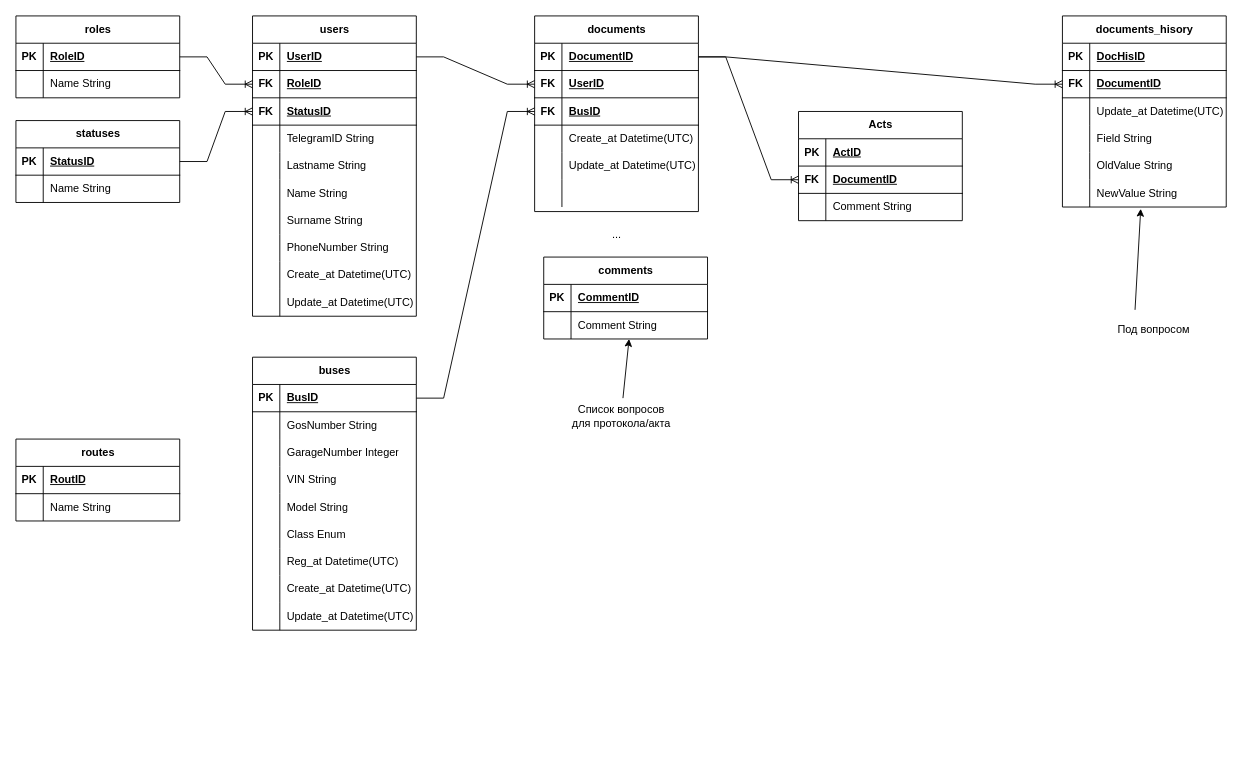
Above: Диаграмма без названия.drawio in EvgeniiGud/draw (draw.io), before the change. Source tidied: cells renumbered, new cells numbered last; positions are measured from the earlier drawing's top-left corner, leaving out a move shared by most shapes. Both pictures are drawn from the tidied source at 91%, with x=0, y=0 at pixel (15, 15).
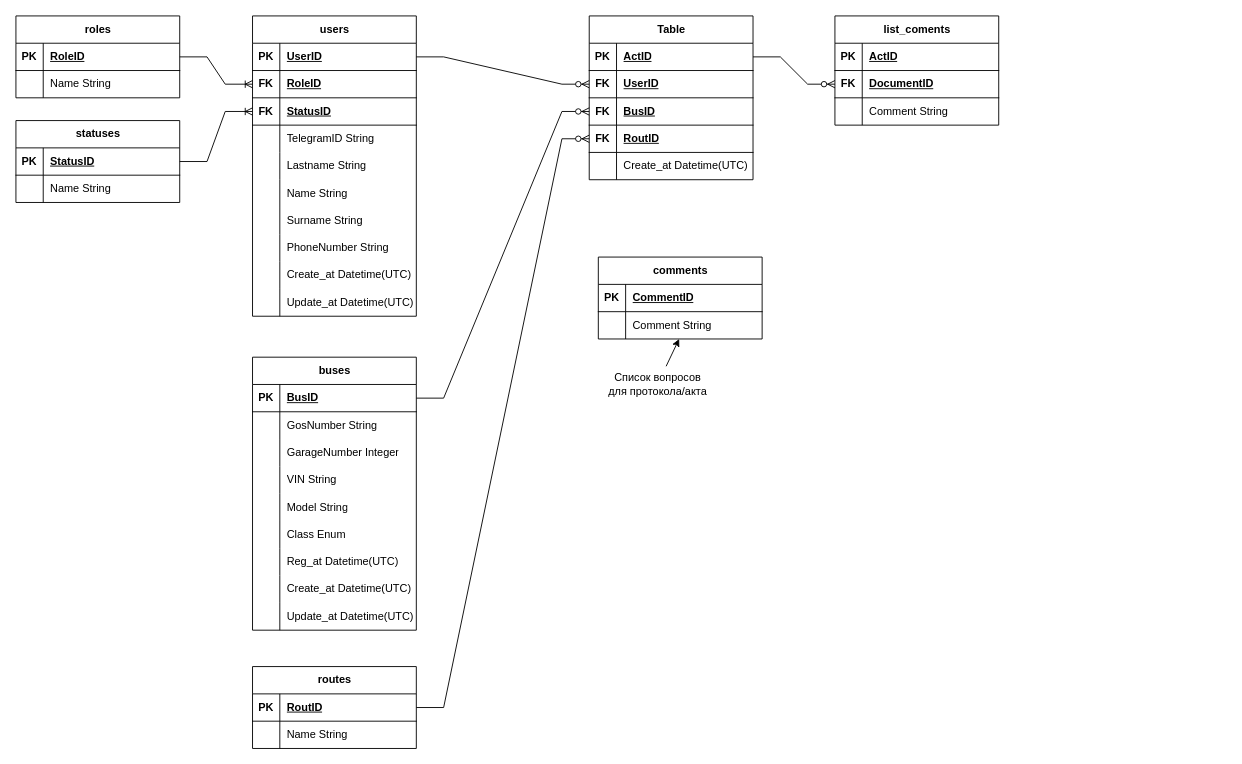
The same diagram, later.

Unchanged cells that the change refers to:
```xml
<mxCell id="3" style="shape=tableRow;horizontal=0;startSize=0;swimlaneHead=0;swimlaneBody=0;fillColor=none;points=[[0,0.5],[1,0.5]];portConstraint=eastwest;top=0;left=0;right=0;bottom=1;" parent="2" vertex="1">
  <mxGeometry y="30" width="180" height="30" as="geometry" />
</mxCell>
<mxCell id="34" style="shape=tableRow;horizontal=0;startSize=0;swimlaneHead=0;swimlaneBody=0;fillColor=none;points=[[0,0.5],[1,0.5]];portConstraint=eastwest;top=0;left=0;right=0;bottom=1;" parent="33" vertex="1">
  <mxGeometry y="30" width="180" height="30" as="geometry" />
</mxCell>
<mxCell id="122" style="shape=tableRow;horizontal=0;startSize=0;swimlaneHead=0;swimlaneBody=0;fillColor=none;points=[[0,0.5],[1,0.5]];portConstraint=eastwest;top=0;left=0;right=0;bottom=0;" parent="118" vertex="1">
  <mxGeometry y="60" width="180" height="30" as="geometry" />
</mxCell>
<mxCell id="130" style="shape=tableRow;horizontal=0;startSize=0;swimlaneHead=0;swimlaneBody=0;fillColor=none;points=[[0,0.5],[1,0.5]];portConstraint=eastwest;top=0;left=0;right=0;bottom=1;" parent="129" vertex="1">
  <mxGeometry y="30" width="180" height="30" as="geometry" />
</mxCell>
<mxCell id="141" style="shape=tableRow;horizontal=0;startSize=0;swimlaneHead=0;swimlaneBody=0;fillColor=none;points=[[0,0.5],[1,0.5]];portConstraint=eastwest;top=0;left=0;right=0;bottom=1;" parent="137" vertex="1">
  <mxGeometry y="60" width="180" height="30" as="geometry" />
</mxCell>
```

What changed in the source:
```diff
@@
-    <mxCell id="68" style="edgeStyle=entityRelationEdgeStyle;fontSize=12;html=1;endArrow=ERoneToMany;rounded=0;exitX=1;exitY=0.5;exitDx=0;exitDy=0;entryX=0;entryY=0.5;entryDx=0;entryDy=0;" parent="1" edge="1" source="3" target="83">
-      <mxGeometry relative="1" as="geometry" />
-    </mxCell>
-    <mxCell id="69" style="edgeStyle=entityRelationEdgeStyle;fontSize=12;html=1;endArrow=ERoneToMany;rounded=0;exitX=1;exitY=0.5;exitDx=0;exitDy=0;entryX=0;entryY=0.5;entryDx=0;entryDy=0;" parent="1" edge="1" source="34" target="86">
-      <mxGeometry relative="1" as="geometry" />
-    </mxCell>
@@
-    <mxCell id="79" value="documents" style="shape=table;startSize=30;childLayout=tableLayout;rowLines=0;fontStyle=1;align=center;html=1;" parent="1" vertex="1">
-      <mxGeometry x="570" width="180" height="215" as="geometry" />
-    </mxCell>
-    <mxCell id="80" style="shape=tableRow;horizontal=0;startSize=0;swimlaneHead=0;swimlaneBody=0;fillColor=none;points=[[0,0.5],[1,0.5]];portConstraint=eastwest;top=0;left=0;right=0;bottom=1;" parent="79" vertex="1">
-      <mxGeometry y="30" width="180" height="30" as="geometry" />
-    </mxCell>
-    <mxCell id="81" value="PK" style="shape=partialRectangle;fillColor=none;top=0;left=0;bottom=0;right=0;fontStyle=1;overflow=hidden;whiteSpace=wrap;html=1;" parent="80" vertex="1">
-      <mxGeometry width="30" height="30" as="geometry" />
-    </mxCell>
-    <mxCell id="82" value="DocumentID" style="shape=partialRectangle;fillColor=none;top=0;left=0;bottom=0;right=0;align=left;spacingLeft=6;fontStyle=5;overflow=hidden;whiteSpace=wrap;html=1;" parent="80" vertex="1">
-      <mxGeometry x="30" width="150" height="30" as="geometry" />
-    </mxCell>
-    <mxCell id="83" style="shape=tableRow;horizontal=0;startSize=0;swimlaneHead=0;swimlaneBody=0;fillColor=none;points=[[0,0.5],[1,0.5]];portConstraint=eastwest;top=0;left=0;right=0;bottom=1;" parent="79" vertex="1">
-      <mxGeometry y="60" width="180" height="30" as="geometry" />
-    </mxCell>
-    <mxCell id="84" value="FK" style="shape=partialRectangle;fillColor=none;top=0;left=0;bottom=0;right=0;fontStyle=1;overflow=hidden;whiteSpace=wrap;html=1;" parent="83" vertex="1">
-      <mxGeometry width="30" height="30" as="geometry" />
-    </mxCell>
-    <mxCell id="85" value="UserID" style="shape=partialRectangle;fillColor=none;top=0;left=0;bottom=0;right=0;align=left;spacingLeft=6;fontStyle=5;overflow=hidden;whiteSpace=wrap;html=1;" parent="83" vertex="1">
-      <mxGeometry x="30" width="150" height="30" as="geometry" />
-    </mxCell>
-    <mxCell id="86" style="shape=tableRow;horizontal=0;startSize=0;swimlaneHead=0;swimlaneBody=0;fillColor=none;points=[[0,0.5],[1,0.5]];portConstraint=eastwest;top=0;left=0;right=0;bottom=1;" parent="79" vertex="1">
-      <mxGeometry y="90" width="180" height="30" as="geometry" />
-    </mxCell>
-    <mxCell id="87" value="FK" style="shape=partialRectangle;fillColor=none;top=0;left=0;bottom=0;right=0;fontStyle=1;overflow=hidden;whiteSpace=wrap;html=1;" parent="86" vertex="1">
-      <mxGeometry width="30" height="30" as="geometry" />
-    </mxCell>
-    <mxCell id="88" value="BusID" style="shape=partialRectangle;fillColor=none;top=0;left=0;bottom=0;right=0;align=left;spacingLeft=6;fontStyle=5;overflow=hidden;whiteSpace=wrap;html=1;" parent="86" vertex="1">
-      <mxGeometry x="30" width="150" height="30" as="geometry" />
-    </mxCell>
-    <mxCell id="89" style="shape=tableRow;horizontal=0;startSize=0;swimlaneHead=0;swimlaneBody=0;fillColor=none;top=0;left=0;right=0;bottom=0;" parent="79" vertex="1">
-      <mxGeometry y="120" width="180" height="30" as="geometry" />
-    </mxCell>
-    <mxCell id="90" style="shape=partialRectangle;fillColor=none;top=0;left=0;bottom=0;right=0;overflow=hidden;whiteSpace=wrap;html=1;" parent="89" vertex="1">
-      <mxGeometry width="30" height="30" as="geometry" />
-    </mxCell>
-    <mxCell id="91" value="Create_at Datetime(UTC)" style="shape=partialRectangle;fillColor=none;top=0;left=0;bottom=0;right=0;align=left;spacingLeft=6;overflow=hidden;whiteSpace=wrap;html=1;" parent="89" vertex="1">
-      <mxGeometry x="30" width="150" height="30" as="geometry" />
-    </mxCell>
-    <mxCell id="92" style="shape=tableRow;horizontal=0;startSize=0;swimlaneHead=0;swimlaneBody=0;fillColor=none;top=0;left=0;right=0;bottom=0;" parent="79" vertex="1">
-      <mxGeometry y="150" width="180" height="30" as="geometry" />
-    </mxCell>
-    <mxCell id="93" style="shape=partialRectangle;fillColor=none;top=0;left=0;bottom=0;right=0;overflow=hidden;whiteSpace=wrap;html=1;" parent="92" vertex="1">
-      <mxGeometry width="30" height="30" as="geometry" />
-    </mxCell>
-    <mxCell id="94" value="Update_at Datetime(UTC)" style="shape=partialRectangle;fillColor=none;top=0;left=0;bottom=0;right=0;align=left;spacingLeft=6;overflow=hidden;whiteSpace=wrap;html=1;" parent="92" vertex="1">
-      <mxGeometry x="30" width="150" height="30" as="geometry" />
-    </mxCell>
-    <mxCell id="95" style="shape=tableRow;horizontal=0;startSize=0;swimlaneHead=0;swimlaneBody=0;fillColor=none;top=0;left=0;right=0;bottom=0;" parent="79" vertex="1">
-      <mxGeometry y="180" width="180" height="30" as="geometry" />
-    </mxCell>
-    <mxCell id="96" style="shape=partialRectangle;fillColor=none;top=0;left=0;bottom=0;right=0;overflow=hidden;whiteSpace=wrap;html=1;" parent="95" vertex="1">
-      <mxGeometry width="30" height="30" as="geometry" />
-    </mxCell>
-    <mxCell id="97" style="shape=partialRectangle;fillColor=none;top=0;left=0;bottom=0;right=0;align=left;spacingLeft=6;overflow=hidden;whiteSpace=wrap;html=1;" parent="95" vertex="1">
-      <mxGeometry x="30" width="150" height="30" as="geometry" />
-    </mxCell>
-    <mxCell id="98" value="documents_hisory" style="shape=table;startSize=30;childLayout=tableLayout;rowLines=0;fontStyle=1;align=center;html=1;" parent="1" vertex="1">
-      <mxGeometry x="1150" width="180" height="210" as="geometry" />
-    </mxCell>
-    <mxCell id="99" style="shape=tableRow;horizontal=0;startSize=0;swimlaneHead=0;swimlaneBody=0;fillColor=none;top=0;left=0;right=0;bottom=1;" parent="98" vertex="1">
-      <mxGeometry y="30" width="180" height="30" as="geometry" />
-    </mxCell>
-    <mxCell id="100" value="PK" style="shape=partialRectangle;fillColor=none;top=0;left=0;bottom=0;right=0;fontStyle=1;overflow=hidden;whiteSpace=wrap;html=1;" parent="99" vertex="1">
-      <mxGeometry width="30" height="30" as="geometry" />
-    </mxCell>
-    <mxCell id="101" value="DocHisID" style="shape=partialRectangle;fillColor=none;top=0;left=0;bottom=0;right=0;align=left;spacingLeft=6;fontStyle=5;overflow=hidden;whiteSpace=wrap;html=1;" parent="99" vertex="1">
-      <mxGeometry x="30" width="150" height="30" as="geometry" />
-    </mxCell>
-    <mxCell id="102" style="shape=tableRow;horizontal=0;startSize=0;swimlaneHead=0;swimlaneBody=0;fillColor=none;points=[[0,0.5],[1,0.5]];portConstraint=eastwest;top=0;left=0;right=0;bottom=1;" parent="98" vertex="1">
-      <mxGeometry y="60" width="180" height="30" as="geometry" />
-    </mxCell>
-    <mxCell id="103" value="FK" style="shape=partialRectangle;fillColor=none;top=0;left=0;bottom=0;right=0;fontStyle=1;overflow=hidden;whiteSpace=wrap;html=1;" parent="102" vertex="1">
-      <mxGeometry width="30" height="30" as="geometry" />
-    </mxCell>
-    <mxCell id="104" value="DocumentID" style="shape=partialRectangle;fillColor=none;top=0;left=0;bottom=0;right=0;align=left;spacingLeft=6;fontStyle=5;overflow=hidden;whiteSpace=wrap;html=1;" parent="102" vertex="1">
-      <mxGeometry x="30" width="150" height="30" as="geometry" />
-    </mxCell>
-    <mxCell id="105" style="shape=tableRow;horizontal=0;startSize=0;swimlaneHead=0;swimlaneBody=0;fillColor=none;top=0;left=0;right=0;bottom=0;" parent="98" vertex="1">
-      <mxGeometry y="90" width="180" height="30" as="geometry" />
-    </mxCell>
-    <mxCell id="106" style="shape=partialRectangle;fillColor=none;top=0;left=0;bottom=0;right=0;overflow=hidden;whiteSpace=wrap;html=1;" parent="105" vertex="1">
-      <mxGeometry width="30" height="30" as="geometry" />
-    </mxCell>
-    <mxCell id="107" value="Update_at Datetime(UTC)" style="shape=partialRectangle;fillColor=none;top=0;left=0;bottom=0;right=0;align=left;spacingLeft=6;overflow=hidden;whiteSpace=wrap;html=1;" parent="105" vertex="1">
-      <mxGeometry x="30" width="150" height="30" as="geometry" />
-    </mxCell>
-    <mxCell id="108" style="shape=tableRow;horizontal=0;startSize=0;swimlaneHead=0;swimlaneBody=0;fillColor=none;top=0;left=0;right=0;bottom=0;" parent="98" vertex="1">
-      <mxGeometry y="120" width="180" height="30" as="geometry" />
-    </mxCell>
-    <mxCell id="109" style="shape=partialRectangle;fillColor=none;top=0;left=0;bottom=0;right=0;overflow=hidden;whiteSpace=wrap;html=1;" parent="108" vertex="1">
-      <mxGeometry width="30" height="30" as="geometry" />
-    </mxCell>
-    <mxCell id="110" value="Field String" style="shape=partialRectangle;fillColor=none;top=0;left=0;bottom=0;right=0;align=left;spacingLeft=6;overflow=hidden;whiteSpace=wrap;html=1;" parent="108" vertex="1">
-      <mxGeometry x="30" width="150" height="30" as="geometry" />
-    </mxCell>
-    <mxCell id="111" style="shape=tableRow;horizontal=0;startSize=0;swimlaneHead=0;swimlaneBody=0;fillColor=none;top=0;left=0;right=0;bottom=0;" parent="98" vertex="1">
-      <mxGeometry y="150" width="180" height="30" as="geometry" />
-    </mxCell>
-    <mxCell id="112" style="shape=partialRectangle;fillColor=none;top=0;left=0;bottom=0;right=0;overflow=hidden;whiteSpace=wrap;html=1;" parent="111" vertex="1">
-      <mxGeometry width="30" height="30" as="geometry" />
-    </mxCell>
-    <mxCell id="113" value="OldValue String" style="shape=partialRectangle;fillColor=none;top=0;left=0;bottom=0;right=0;align=left;spacingLeft=6;overflow=hidden;whiteSpace=wrap;html=1;" parent="111" vertex="1">
-      <mxGeometry x="30" width="150" height="30" as="geometry" />
-    </mxCell>
-    <mxCell id="114" style="shape=tableRow;horizontal=0;startSize=0;swimlaneHead=0;swimlaneBody=0;fillColor=none;points=[[0,0.5],[1,0.5]];portConstraint=eastwest;top=0;left=0;right=0;bottom=0;" parent="98" vertex="1">
-      <mxGeometry y="180" width="180" height="30" as="geometry" />
-    </mxCell>
-    <mxCell id="115" style="shape=partialRectangle;fillColor=none;top=0;left=0;bottom=0;right=0;overflow=hidden;whiteSpace=wrap;html=1;" parent="114" vertex="1">
-      <mxGeometry width="30" height="30" as="geometry" />
-    </mxCell>
-    <mxCell id="116" value="NewValue String" style="shape=partialRectangle;fillColor=none;top=0;left=0;bottom=0;right=0;align=left;spacingLeft=6;overflow=hidden;whiteSpace=wrap;html=1;" parent="114" vertex="1">
-      <mxGeometry x="30" width="150" height="30" as="geometry" />
-    </mxCell>
-    <mxCell id="117" style="edgeStyle=entityRelationEdgeStyle;fontSize=12;html=1;endArrow=ERoneToMany;rounded=0;entryX=0;entryY=0.5;entryDx=0;entryDy=0;" parent="1" edge="1" target="102">
-      <mxGeometry relative="1" as="geometry">
-        <mxPoint x="750" y="45" as="sourcePoint" />
-      </mxGeometry>
-    </mxCell>
     <mxCell id="118" value="comments" style="shape=table;startSize=30;childLayout=tableLayout;rowLines=0;fontStyle=1;align=center;html=1;" parent="1" vertex="1">
-      <mxGeometry x="580" y="265" width="180" height="90" as="geometry" />
+      <mxGeometry x="640" y="265" width="180" height="90" as="geometry" />
     </mxCell>
@@
     <mxCell id="125" value="Список вопросов &lt;br&gt;для протокола/акта" style="text;html=1;align=center;verticalAlign=middle;points=[];strokeColor=none;fillColor=none;" parent="1" vertex="1">
-      <mxGeometry x="600" y="420" width="130" height="40" as="geometry" />
+      <mxGeometry x="640" y="385" width="130" height="40" as="geometry" />
     </mxCell>
-    <mxCell id="126" style="endArrow=classic;html=1;rounded=0;entryX=0.521;entryY=1;entryDx=0;entryDy=0;entryPerimeter=0;" parent="1" edge="1" source="125" target="122">
-      <mxGeometry relative="1" as="geometry" />
+    <mxCell id="126" style="endArrow=classic;html=1;rounded=0;entryX=0.521;entryY=1;entryDx=0;entryDy=0;entryPerimeter=0;" parent="1" edge="1" source="125">
+      <mxGeometry relative="1" as="geometry">
+        <mxPoint x="728.8" y="355" as="targetPoint" />
+      </mxGeometry>
     </mxCell>
-    <mxCell id="127" value="Под вопросом" style="text;html=1;align=center;verticalAlign=middle;strokeColor=none;fillColor=none;" parent="1" vertex="1">
-      <mxGeometry x="1200" y="330" width="100" height="30" as="geometry" />
-    </mxCell>
-    <mxCell id="128" style="endArrow=classic;html=1;rounded=0;exitX=0.461;exitY=0.033;exitDx=0;exitDy=0;exitPerimeter=0;entryX=0.478;entryY=1.067;entryDx=0;entryDy=0;entryPerimeter=0;" parent="1" edge="1" target="114">
-      <mxGeometry relative="1" as="geometry">
-        <mxPoint x="1229.8" y="323" as="sourcePoint" />
-      </mxGeometry>
-    </mxCell>
     <mxCell id="129" value="routes" style="shape=table;startSize=30;childLayout=tableLayout;rowLines=0;fontStyle=1;align=center;html=1;" parent="1" vertex="1">
-      <mxGeometry y="465" width="180" height="90" as="geometry" />
+      <mxGeometry x="260" y="715" width="180" height="90" as="geometry" />
     </mxCell>
@@
-    <mxCell id="136" value="..." style="text;html=1;align=center;verticalAlign=middle;strokeColor=none;fillColor=none;" parent="1" vertex="1">
-      <mxGeometry x="645" y="225" width="30" height="30" as="geometry" />
-    </mxCell>
-    <mxCell id="137" value="Acts" style="shape=table;startSize=30;childLayout=tableLayout;rowLines=0;fontStyle=1;align=center;html=1;" parent="1" vertex="1">
-      <mxGeometry x="860" y="105" width="180" height="120" as="geometry" />
+    <mxCell id="137" value="list_coments" style="shape=table;startSize=30;childLayout=tableLayout;rowLines=0;fontStyle=1;align=center;html=1;" parent="1" vertex="1">
+      <mxGeometry x="900" width="180" height="120" as="geometry" />
     </mxCell>
@@
-    <mxCell id="147" style="edgeStyle=entityRelationEdgeStyle;fontSize=12;html=1;endArrow=ERoneToMany;rounded=0;entryX=0;entryY=0.5;entryDx=0;entryDy=0;exitX=1;exitY=0.5;exitDx=0;exitDy=0;" parent="1" edge="1" source="80" target="141">
-      <mxGeometry relative="1" as="geometry" />
-    </mxCell>
+    <mxCell id="148" value="Table" style="shape=table;startSize=30;childLayout=tableLayout;rowLines=0;fontStyle=1;align=center;html=1;" parent="1" vertex="1">
+      <mxGeometry x="630" width="180" height="180" as="geometry" />
+    </mxCell>
+    <mxCell id="149" style="shape=tableRow;horizontal=0;startSize=0;swimlaneHead=0;swimlaneBody=0;fillColor=none;points=[[0,0.5],[1,0.5]];portConstraint=eastwest;top=0;left=0;right=0;bottom=1;" parent="148" vertex="1">
+      <mxGeometry y="30" width="180" height="30" as="geometry" />
+    </mxCell>
+    <mxCell id="150" value="PK" style="shape=partialRectangle;fillColor=none;top=0;left=0;bottom=0;right=0;fontStyle=1;overflow=hidden;whiteSpace=wrap;html=1;" parent="149" vertex="1">
+      <mxGeometry width="30" height="30" as="geometry" />
+    </mxCell>
+    <mxCell id="151" value="ActID" style="shape=partialRectangle;fillColor=none;top=0;left=0;bottom=0;right=0;align=left;spacingLeft=6;fontStyle=5;overflow=hidden;whiteSpace=wrap;html=1;" parent="149" vertex="1">
+      <mxGeometry x="30" width="150" height="30" as="geometry" />
+    </mxCell>
+    <mxCell id="152" style="shape=tableRow;horizontal=0;startSize=0;swimlaneHead=0;swimlaneBody=0;fillColor=none;points=[[0,0.5],[1,0.5]];portConstraint=eastwest;top=0;left=0;right=0;bottom=1;" parent="148" vertex="1">
+      <mxGeometry y="60" width="180" height="30" as="geometry" />
+    </mxCell>
+    <mxCell id="153" value="FK" style="shape=partialRectangle;fillColor=none;top=0;left=0;bottom=0;right=0;fontStyle=1;overflow=hidden;whiteSpace=wrap;html=1;" parent="152" vertex="1">
+      <mxGeometry width="30" height="30" as="geometry" />
+    </mxCell>
+    <mxCell id="85" value="UserID" style="shape=partialRectangle;fillColor=none;top=0;left=0;bottom=0;right=0;align=left;spacingLeft=6;fontStyle=5;overflow=hidden;whiteSpace=wrap;html=1;" parent="152" vertex="1">
+      <mxGeometry x="30" width="150" height="30" as="geometry" />
+    </mxCell>
+    <mxCell id="86" style="shape=tableRow;horizontal=0;startSize=0;swimlaneHead=0;swimlaneBody=0;fillColor=none;points=[[0,0.5],[1,0.5]];portConstraint=eastwest;top=0;left=0;right=0;bottom=1;" parent="148" vertex="1">
+      <mxGeometry y="90" width="180" height="30" as="geometry" />
+    </mxCell>
+    <mxCell id="154" value="FK" style="shape=partialRectangle;fillColor=none;top=0;left=0;bottom=0;right=0;fontStyle=1;overflow=hidden;whiteSpace=wrap;html=1;" parent="86" vertex="1">
+      <mxGeometry width="30" height="30" as="geometry" />
+    </mxCell>
+    <mxCell id="88" value="BusID" style="shape=partialRectangle;fillColor=none;top=0;left=0;bottom=0;right=0;align=left;spacingLeft=6;fontStyle=5;overflow=hidden;whiteSpace=wrap;html=1;" parent="86" vertex="1">
+      <mxGeometry x="30" width="150" height="30" as="geometry" />
+    </mxCell>
+    <mxCell id="155" style="shape=tableRow;horizontal=0;startSize=0;swimlaneHead=0;swimlaneBody=0;fillColor=none;points=[[0,0.5],[1,0.5]];portConstraint=eastwest;top=0;left=0;right=0;bottom=1;" parent="148" vertex="1">
+      <mxGeometry y="120" width="180" height="30" as="geometry" />
+    </mxCell>
+    <mxCell id="156" value="FK" style="shape=partialRectangle;fillColor=none;top=0;left=0;bottom=0;right=0;fontStyle=1;overflow=hidden;whiteSpace=wrap;html=1;" parent="155" vertex="1">
+      <mxGeometry width="30" height="30" as="geometry" />
+    </mxCell>
+    <mxCell id="157" value="RoutID" style="shape=partialRectangle;fillColor=none;top=0;left=0;bottom=0;right=0;align=left;spacingLeft=6;fontStyle=5;overflow=hidden;whiteSpace=wrap;html=1;" parent="155" vertex="1">
+      <mxGeometry x="30" width="150" height="30" as="geometry" />
+    </mxCell>
+    <mxCell id="158" style="shape=tableRow;horizontal=0;startSize=0;swimlaneHead=0;swimlaneBody=0;fillColor=none;top=0;left=0;right=0;bottom=0;" parent="148" vertex="1">
+      <mxGeometry y="150" width="180" height="30" as="geometry" />
+    </mxCell>
+    <mxCell id="159" style="shape=partialRectangle;fillColor=none;top=0;left=0;bottom=0;right=0;overflow=hidden;whiteSpace=wrap;html=1;" parent="158" vertex="1">
+      <mxGeometry width="30" height="30" as="geometry" />
+    </mxCell>
+    <mxCell id="91" value="Create_at Datetime(UTC)" style="shape=partialRectangle;fillColor=none;top=0;left=0;bottom=0;right=0;align=left;spacingLeft=6;overflow=hidden;whiteSpace=wrap;html=1;" parent="158" vertex="1">
+      <mxGeometry x="30" width="150" height="30" as="geometry" />
+    </mxCell>
+    <mxCell id="160" style="edgeStyle=entityRelationEdgeStyle;fontSize=12;html=1;endArrow=ERzeroToMany;endFill=1;rounded=0;exitX=1;exitY=0.5;exitDx=0;exitDy=0;entryX=0;entryY=0.5;entryDx=0;entryDy=0;" parent="1" edge="1" source="3" target="152">
+      <mxGeometry relative="1" as="geometry" />
+    </mxCell>
+    <mxCell id="69" style="edgeStyle=entityRelationEdgeStyle;fontSize=12;html=1;endArrow=ERzeroToMany;endFill=1;rounded=0;entryX=0;entryY=0.5;entryDx=0;entryDy=0;exitX=1;exitY=0.5;exitDx=0;exitDy=0;" parent="1" edge="1" source="34" target="86">
+      <mxGeometry relative="1" as="geometry" />
+    </mxCell>
+    <mxCell id="161" style="edgeStyle=entityRelationEdgeStyle;fontSize=12;html=1;endArrow=ERzeroToMany;endFill=1;rounded=0;entryX=0;entryY=0.5;entryDx=0;entryDy=0;exitX=1;exitY=0.5;exitDx=0;exitDy=0;" parent="1" edge="1" source="130" target="155">
+      <mxGeometry relative="1" as="geometry" />
+    </mxCell>
+    <mxCell id="162" style="edgeStyle=entityRelationEdgeStyle;fontSize=12;html=1;endArrow=ERzeroToMany;endFill=1;rounded=0;exitX=1;exitY=0.5;exitDx=0;exitDy=0;entryX=0;entryY=0.5;entryDx=0;entryDy=0;" parent="1" edge="1" source="149" target="141">
+      <mxGeometry relative="1" as="geometry" />
+    </mxCell>
```
